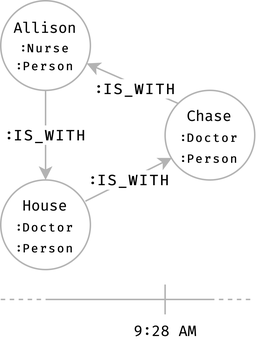
Before: examples/hospital/images/is-with.png, a diagram exported from draw.io (Emanuele-Falzone-PhD-Thesis/seraph-example). Source tidied: cells renumbered, new cells last; positions are measured from the earlier drawing's top-left corner, leaving out a move shared by most shapes.
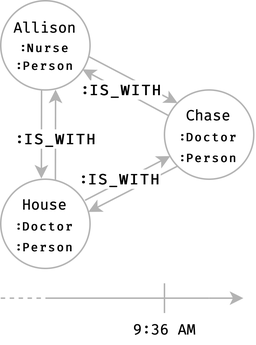
After the commit.

What changed in the source:
```diff
@@ -2,60 +2,69 @@
   <root>
     <mxCell id="0" />
     <mxCell id="1" parent="0" />
-    <mxCell id="2" style="edgeStyle=orthogonalEdgeStyle;rounded=0;jettySize=auto;html=1;entryX=0.5;entryY=0;entryDx=0;entryDy=0;strokeColor=#B3B3B3;" parent="1" edge="1" source="4" target="6">
-      <mxGeometry relative="1" as="geometry" />
+    <mxCell id="2" style="edgeStyle=none;rounded=0;jettySize=auto;html=1;exitX=0;exitY=1;exitDx=0;exitDy=0;entryX=0.981;entryY=0.367;entryDx=0;entryDy=0;strokeColor=#B3B3B3;entryPerimeter=0;" parent="1" edge="1" source="12" target="9">
+      <mxGeometry x="-0.5" y="11" relative="1" as="geometry" />
     </mxCell>
-    <mxCell id="3" value="&lt;font face=&quot;Fira Code&quot; style=&quot;font-size: 10px&quot;&gt;&lt;b&gt;:IS_WITH&lt;/b&gt;&lt;/font&gt;" style="edgeLabel;html=1;align=center;verticalAlign=middle;fontSize=10;strokeColor=#B3B3B3;" parent="2" vertex="1">
-      <mxGeometry x="0.08" relative="1" as="geometry">
-        <mxPoint y="-2.4" as="offset" />
-      </mxGeometry>
+    <mxCell id="3" style="rounded=0;jettySize=auto;html=1;exitX=0.982;exitY=0.624;exitDx=0;exitDy=0;strokeColor=#B3B3B3;exitPerimeter=0;entryX=0;entryY=0;entryDx=0;entryDy=0;" parent="1" edge="1" source="7" target="12">
+      <mxGeometry relative="1" as="geometry" />
     </mxCell>
-    <mxCell id="4" value="&lt;font style=&quot;font-family: &amp;#34;fira code&amp;#34;&quot;&gt;Allison&lt;/font&gt;&lt;br style=&quot;font-family: &amp;#34;fira code&amp;#34;&quot;&gt;&lt;b style=&quot;font-family: &amp;#34;fira code&amp;#34; ; font-size: 8px&quot;&gt;:Nurse&lt;br&gt;:Person&lt;/b&gt;&lt;font face=&quot;Fira Code&quot;&gt;&lt;br style=&quot;font-size: 10px&quot;&gt;&lt;/font&gt;" style="ellipse;whiteSpace=wrap;html=1;strokeWidth=1;fontSize=10;strokeColor=#B3B3B3;" parent="1" vertex="1">
-      <mxGeometry width="60" height="60" as="geometry" />
+    <mxCell id="4" style="rounded=0;jettySize=auto;html=1;entryX=0.614;entryY=0.996;entryDx=0;entryDy=0;strokeColor=#B3B3B3;exitX=0.612;exitY=0.009;exitDx=0;exitDy=0;entryPerimeter=0;exitPerimeter=0;" parent="1" edge="1" source="9" target="7">
+      <mxGeometry relative="1" as="geometry" />
     </mxCell>
-    <mxCell id="5" value="&lt;font face=&quot;Fira Code&quot; style=&quot;font-size: 10px&quot;&gt;&lt;b&gt;:IS_WITH&lt;/b&gt;&lt;/font&gt;" style="edgeStyle=none;rounded=0;jettySize=auto;html=1;exitX=0.944;exitY=0.237;exitDx=0;exitDy=0;entryX=0.076;entryY=0.754;entryDx=0;entryDy=0;entryPerimeter=0;exitPerimeter=0;strokeColor=#B3B3B3;" parent="1" edge="1" source="6" target="9">
+    <mxCell id="5" style="rounded=0;jettySize=auto;html=1;entryX=0.455;entryY=-0.007;entryDx=0;entryDy=0;strokeColor=#B3B3B3;exitX=0.457;exitY=0.993;exitDx=0;exitDy=0;entryPerimeter=0;exitPerimeter=0;" parent="1" edge="1" source="7" target="9">
       <mxGeometry relative="1" as="geometry" />
     </mxCell>
-    <mxCell id="6" value="&lt;span style=&quot;font-family: &amp;#34;fira code&amp;#34; ; font-size: 10px&quot;&gt;House&lt;/span&gt;&lt;br style=&quot;font-family: &amp;#34;fira code&amp;#34; ; font-size: 10px&quot;&gt;&lt;font style=&quot;font-family: &amp;#34;fira code&amp;#34; ; font-size: 8px&quot;&gt;&lt;b&gt;:Doctor&lt;br&gt;:Person&lt;/b&gt;&lt;/font&gt;&lt;font face=&quot;Fira Code&quot;&gt;&lt;br&gt;&lt;/font&gt;" style="ellipse;whiteSpace=wrap;html=1;strokeWidth=1;strokeColor=#B3B3B3;" parent="1" vertex="1">
-      <mxGeometry y="120" width="60" height="60" as="geometry" />
+    <mxCell id="6" value="&lt;font face=&quot;Fira Code&quot; style=&quot;font-size: 10px&quot;&gt;&lt;b&gt;:IS_WITH&lt;/b&gt;&lt;/font&gt;" style="edgeLabel;html=1;align=center;verticalAlign=middle;points=[];fontSize=10;strokeColor=#B3B3B3;" parent="5" vertex="1">
+      <mxGeometry x="0.08" relative="1" as="geometry">
+        <mxPoint x="9" y="0.9" as="offset" />
+      </mxGeometry>
     </mxCell>
-    <mxCell id="7" style="edgeStyle=none;rounded=0;jettySize=auto;html=1;exitX=0;exitY=0;exitDx=0;exitDy=0;strokeColor=#B3B3B3;" parent="1" edge="1" source="9" target="4">
-      <mxGeometry relative="1" as="geometry" />
+    <mxCell id="7" value="&lt;font style=&quot;font-family: &amp;#34;fira code&amp;#34;&quot;&gt;Allison&lt;/font&gt;&lt;br style=&quot;font-family: &amp;#34;fira code&amp;#34;&quot;&gt;&lt;b style=&quot;font-family: &amp;#34;fira code&amp;#34; ; font-size: 8px&quot;&gt;:Nurse&lt;br&gt;:Person&lt;/b&gt;&lt;font face=&quot;Fira Code&quot;&gt;&lt;br style=&quot;font-size: 10px&quot;&gt;&lt;/font&gt;" style="ellipse;whiteSpace=wrap;html=1;strokeWidth=1;fontSize=10;strokeColor=#B3B3B3;" parent="1" vertex="1">
+      <mxGeometry x="110" y="-60" width="60" height="60" as="geometry" />
     </mxCell>
-    <mxCell id="8" value="&lt;font face=&quot;Fira Code&quot; style=&quot;font-size: 10px&quot;&gt;&lt;b&gt;:IS_WITH&lt;/b&gt;&lt;/font&gt;" style="edgeLabel;html=1;align=center;verticalAlign=middle;fontSize=10;strokeColor=#B3B3B3;" parent="7" vertex="1">
-      <mxGeometry x="-0.24" relative="1" as="geometry">
-        <mxPoint x="-5.4" as="offset" />
-      </mxGeometry>
+    <mxCell id="8" value="&lt;font face=&quot;Fira Code&quot; style=&quot;font-size: 10px&quot;&gt;&lt;b&gt;:IS_WITH&lt;/b&gt;&lt;/font&gt;" style="edgeStyle=none;rounded=0;jettySize=auto;html=1;exitX=0.944;exitY=0.237;exitDx=0;exitDy=0;entryX=0.065;entryY=0.741;entryDx=0;entryDy=0;entryPerimeter=0;exitPerimeter=0;strokeColor=#B3B3B3;" parent="1" edge="1" source="9" target="12">
+      <mxGeometry x="-0.15" y="2" relative="1" as="geometry" />
     </mxCell>
-    <mxCell id="9" value="&lt;span style=&quot;font-family: &amp;#34;fira code&amp;#34; ; font-size: 10px&quot;&gt;Chase&lt;/span&gt;&lt;br style=&quot;font-family: &amp;#34;fira code&amp;#34; ; font-size: 10px&quot;&gt;&lt;font style=&quot;font-family: &amp;#34;fira code&amp;#34; ; font-size: 8px&quot;&gt;&lt;b&gt;:Doctor&lt;br&gt;:Person&lt;/b&gt;&lt;/font&gt;&lt;font face=&quot;Fira Code&quot;&gt;&lt;br&gt;&lt;/font&gt;" style="ellipse;whiteSpace=wrap;html=1;strokeWidth=1;strokeColor=#B3B3B3;" parent="1" vertex="1">
+    <mxCell id="9" value="&lt;span style=&quot;font-family: &amp;#34;fira code&amp;#34; ; font-size: 10px&quot;&gt;House&lt;/span&gt;&lt;br style=&quot;font-family: &amp;#34;fira code&amp;#34; ; font-size: 10px&quot;&gt;&lt;font style=&quot;font-family: &amp;#34;fira code&amp;#34; ; font-size: 8px&quot;&gt;&lt;b&gt;:Doctor&lt;br&gt;:Person&lt;/b&gt;&lt;/font&gt;&lt;font face=&quot;Fira Code&quot;&gt;&lt;br&gt;&lt;/font&gt;" style="ellipse;whiteSpace=wrap;html=1;strokeWidth=1;strokeColor=#B3B3B3;" parent="1" vertex="1">
       <mxGeometry x="110" y="60" width="60" height="60" as="geometry" />
     </mxCell>
-    <mxCell id="10" style="endArrow=none;html=1;strokeColor=#B3B3B3;fontFamily=Fira Code;fontSource=https%3A%2F%2Ffonts.googleapis.com%2Fcss%3Ffamily%3DFira%2BCode;fontSize=10;endFill=0;" parent="1" edge="1">
-      <mxGeometry relative="1" as="geometry">
-        <mxPoint x="30" y="200" as="sourcePoint" />
-        <mxPoint x="140" y="200" as="targetPoint" />
-      </mxGeometry>
+    <mxCell id="10" style="rounded=0;jettySize=auto;html=1;exitX=0.049;exitY=0.289;exitDx=0;exitDy=0;strokeColor=#B3B3B3;exitPerimeter=0;entryX=0.915;entryY=0.769;entryDx=0;entryDy=0;entryPerimeter=0;" parent="1" edge="1" source="12" target="7">
+      <mxGeometry relative="1" as="geometry" />
     </mxCell>
-    <mxCell id="11" style="endArrow=none;dashed=1;html=1;strokeColor=#B3B3B3;fontFamily=Fira Code;fontSource=https%3A%2F%2Ffonts.googleapis.com%2Fcss%3Ffamily%3DFira%2BCode;fontSize=10;" parent="1" edge="1">
-      <mxGeometry relative="1" as="geometry">
-        <mxPoint x="140" y="200" as="sourcePoint" />
-        <mxPoint x="170" y="200" as="targetPoint" />
+    <mxCell id="11" value="&lt;font face=&quot;Fira Code&quot; style=&quot;font-size: 10px&quot;&gt;&lt;b&gt;:IS_WITH&lt;/b&gt;&lt;/font&gt;" style="edgeLabel;html=1;align=center;verticalAlign=middle;fontSize=10;strokeColor=#B3B3B3;" parent="10" vertex="1">
+      <mxGeometry x="-0.24" relative="1" as="geometry">
+        <mxPoint x="-10.9" y="-5.5" as="offset" />
       </mxGeometry>
     </mxCell>
-    <mxCell id="12" style="endArrow=none;dashed=1;html=1;strokeColor=#B3B3B3;fontFamily=Fira Code;fontSource=https%3A%2F%2Ffonts.googleapis.com%2Fcss%3Ffamily%3DFira%2BCode;fontSize=10;" parent="1" edge="1">
-      <mxGeometry relative="1" as="geometry">
-        <mxPoint y="200" as="sourcePoint" />
-        <mxPoint x="30" y="200" as="targetPoint" />
-      </mxGeometry>
+    <mxCell id="12" value="&lt;span style=&quot;font-family: &amp;#34;fira code&amp;#34; ; font-size: 10px&quot;&gt;Chase&lt;/span&gt;&lt;br style=&quot;font-family: &amp;#34;fira code&amp;#34; ; font-size: 10px&quot;&gt;&lt;font style=&quot;font-family: &amp;#34;fira code&amp;#34; ; font-size: 8px&quot;&gt;&lt;b&gt;:Doctor&lt;br&gt;:Person&lt;/b&gt;&lt;/font&gt;&lt;font face=&quot;Fira Code&quot;&gt;&lt;br&gt;&lt;/font&gt;" style="ellipse;whiteSpace=wrap;html=1;strokeWidth=1;strokeColor=#B3B3B3;" parent="1" vertex="1">
+      <mxGeometry x="220" width="60" height="60" as="geometry" />
     </mxCell>
-    <mxCell id="13" style="endArrow=none;html=1;strokeColor=#B3B3B3;" parent="1" edge="1">
+    <mxCell id="13" style="endArrow=none;html=1;strokeColor=#B3B3B3;fontFamily=Fira Code;fontSource=https%3A%2F%2Ffonts.googleapis.com%2Fcss%3Ffamily%3DFira%2BCode;fontSize=10;endFill=0;" parent="1" edge="1">
       <mxGeometry relative="1" as="geometry">
-        <mxPoint x="110" y="210" as="sourcePoint" />
-        <mxPoint x="110" y="190" as="targetPoint" />
+        <mxPoint x="140" y="140" as="sourcePoint" />
+        <mxPoint x="250" y="140" as="targetPoint" />
       </mxGeometry>
     </mxCell>
-    <mxCell id="14" value="&lt;font face=&quot;Fira Code&quot; style=&quot;font-size: 10px&quot;&gt;9:28 AM&lt;/font&gt;" style="text;html=1;align=center;verticalAlign=middle;spacing=0;" parent="1" vertex="1">
-      <mxGeometry x="80" y="210" width="60" height="20" as="geometry" />
+    <mxCell id="14" style="endArrow=none;dashed=1;html=1;strokeColor=#B3B3B3;fontFamily=Fira Code;fontSource=https%3A%2F%2Ffonts.googleapis.com%2Fcss%3Ffamily%3DFira%2BCode;fontSize=10;" parent="1" edge="1">
+      <mxGeometry relative="1" as="geometry">
+        <mxPoint x="110" y="140" as="sourcePoint" />
+        <mxPoint x="140" y="140" as="targetPoint" />
+      </mxGeometry>
     </mxCell>
+    <mxCell id="15" style="endArrow=none;html=1;strokeColor=#B3B3B3;" parent="1" edge="1">
+      <mxGeometry relative="1" as="geometry">
+        <mxPoint x="220" y="150" as="sourcePoint" />
+        <mxPoint x="220" y="130" as="targetPoint" />
+      </mxGeometry>
+    </mxCell>
+    <mxCell id="16" value="&lt;font face=&quot;Fira Code&quot; style=&quot;font-size: 10px&quot;&gt;9:36 AM&lt;/font&gt;" style="text;html=1;align=center;verticalAlign=middle;spacing=0;" parent="1" vertex="1">
+      <mxGeometry x="190" y="150" width="60" height="20" as="geometry" />
+    </mxCell>
+    <mxCell id="17" style="endArrow=classic;html=1;strokeColor=#B3B3B3;fontFamily=Fira Code;fontSource=https%3A%2F%2Ffonts.googleapis.com%2Fcss%3Ffamily%3DFira%2BCode;fontSize=10;endFill=1;arcSize=20;endSize=6;" parent="1" edge="1">
+      <mxGeometry relative="1" as="geometry">
+        <mxPoint x="250" y="140" as="sourcePoint" />
+        <mxPoint x="273" y="140" as="targetPoint" />
+      </mxGeometry>
+    </mxCell>
   </root>
 </mxGraphModel>
```
